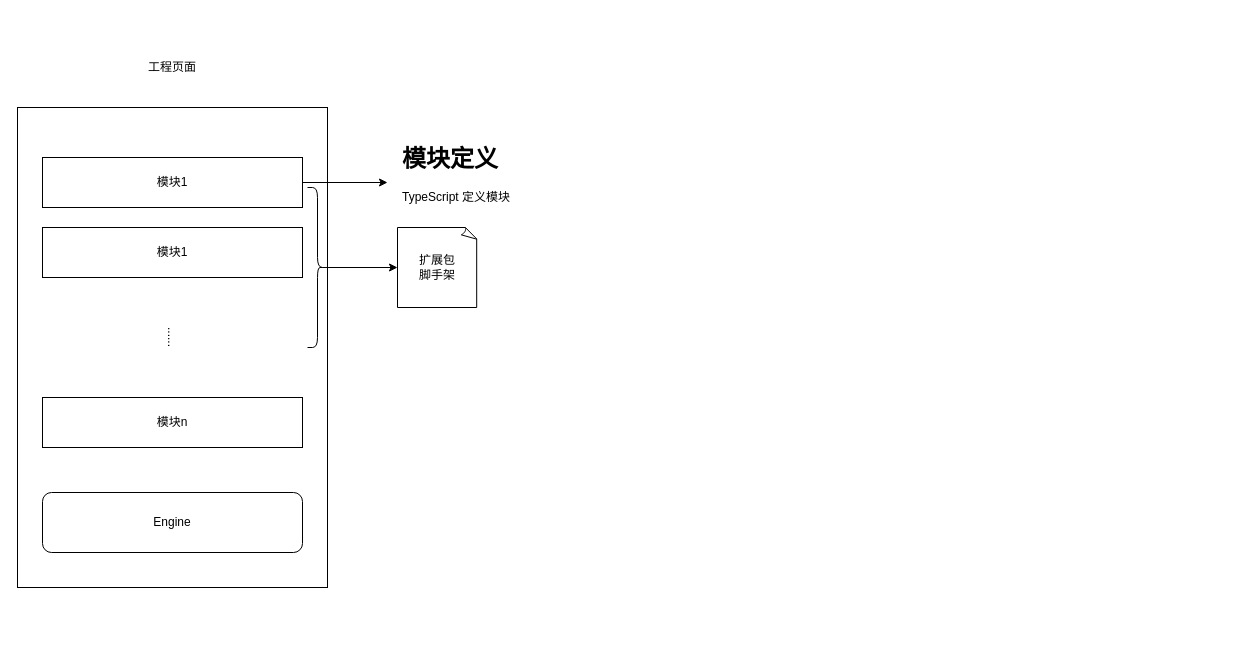
Earlier version of the draw.io diagram page "模块开发" (2 of 2) of 架构图.drawio (xiazhiqiang/diagrams). Source tidied: cells renumbered, new cells numbered last; positions are measured from the earlier drawing's top-left corner, leaving out a move shared by most shapes. Both pictures are drawn from the tidied source at 100%, with x=0, y=0 at pixel (17, 57).
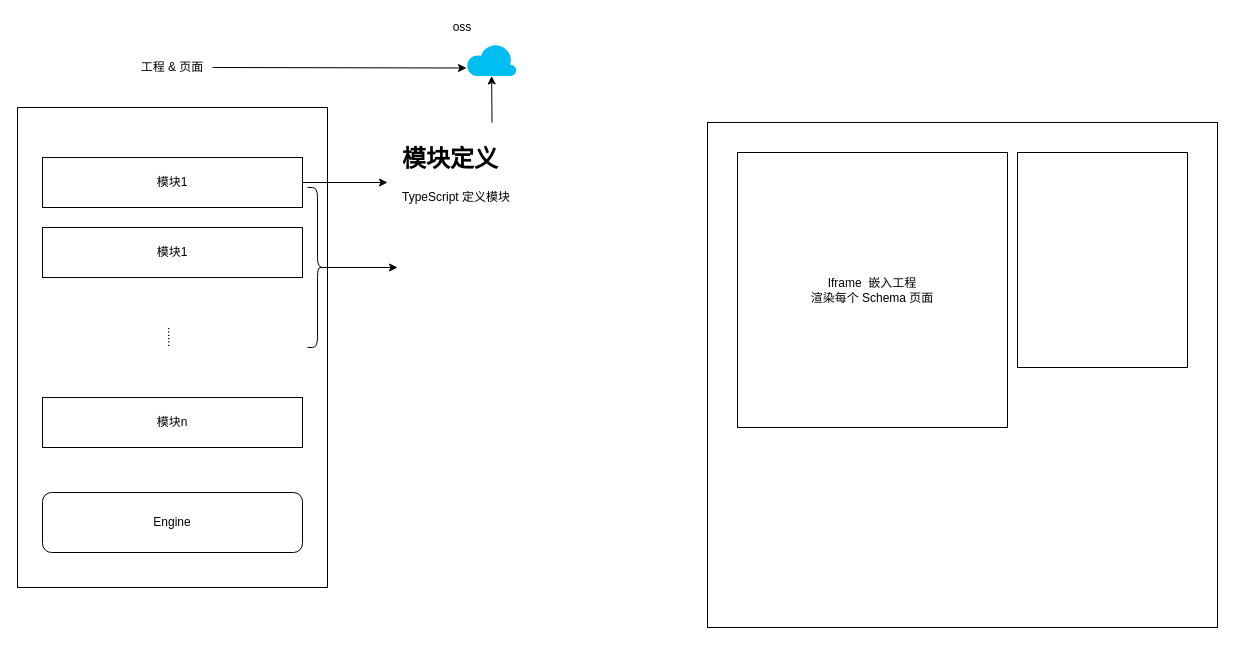
After the change.

Unchanged cells that the change refers to:
```xml
<mxCell id="10" value="&lt;h1&gt;模块定义&lt;/h1&gt;&lt;p&gt;TypeScript 定义模块&lt;/p&gt;" style="text;html=1;strokeColor=none;fillColor=none;spacing=5;spacingTop=-20;whiteSpace=wrap;overflow=hidden;rounded=0;verticalAlign=middle;" parent="1" vertex="1">
  <mxGeometry x="380" y="65" width="190" height="120" as="geometry" />
</mxCell>
<mxCell id="11" style="shape=curlyBracket;whiteSpace=wrap;html=1;rounded=1;flipH=1;verticalAlign=middle;" parent="1" vertex="1">
  <mxGeometry x="290" y="130" width="20" height="160" as="geometry" />
</mxCell>
```

What changed in the source:
```diff
@@
-    <mxCell id="6" value="工程页面" style="text;html=1;strokeColor=none;fillColor=none;align=center;verticalAlign=middle;whiteSpace=wrap;rounded=0;" parent="1" vertex="1">
+    <mxCell id="6" value="工程 &amp;amp; 页面" style="text;html=1;strokeColor=none;fillColor=none;align=center;verticalAlign=middle;whiteSpace=wrap;rounded=0;" parent="1" vertex="1">
       <mxGeometry x="115" width="80" height="20" as="geometry" />
     </mxCell>
@@
-    <mxCell id="12" style="endArrow=classic;html=1;exitX=0.1;exitY=0.5;exitDx=0;exitDy=0;exitPerimeter=0;" parent="1" edge="1" source="11" target="13">
-      <mxGeometry relative="1" as="geometry" />
+    <mxCell id="12" style="endArrow=classic;html=1;exitX=0.1;exitY=0.5;exitDx=0;exitDy=0;exitPerimeter=0;" parent="1" edge="1" source="11">
+      <mxGeometry relative="1" as="geometry">
+        <mxPoint x="380" y="210" as="targetPoint" />
+      </mxGeometry>
     </mxCell>
-    <mxCell id="13" value="扩展包&lt;br&gt;脚手架" style="whiteSpace=wrap;html=1;shape=mxgraph.basic.document;verticalAlign=middle;" parent="1" vertex="1">
-      <mxGeometry x="380" y="170" width="80" height="80" as="geometry" />
-    </mxCell>
+    <mxCell id="14" style="rounded=0;whiteSpace=wrap;html=1;" parent="1" vertex="1">
+      <mxGeometry x="690" y="65" width="510" height="505" as="geometry" />
+    </mxCell>
+    <mxCell id="15" value="Iframe &amp;nbsp;嵌入工程&lt;br&gt;渲染每个 Schema 页面" style="rounded=0;whiteSpace=wrap;html=1;" parent="1" vertex="1">
+      <mxGeometry x="720" y="95" width="270" height="275" as="geometry" />
+    </mxCell>
+    <mxCell id="16" style="endArrow=classic;html=1;entryX=0;entryY=0.754;entryDx=0;entryDy=0;entryPerimeter=0;exitX=1;exitY=0.5;exitDx=0;exitDy=0;" parent="1" edge="1" source="6" target="17">
+      <mxGeometry relative="1" as="geometry" />
+    </mxCell>
+    <mxCell id="17" style="verticalLabelPosition=bottom;html=1;verticalAlign=top;align=center;strokeColor=none;fillColor=#00BEF2;shape=mxgraph.azure.cloud;" parent="1" vertex="1">
+      <mxGeometry x="449" y="-14" width="50" height="32.5" as="geometry" />
+    </mxCell>
+    <mxCell id="18" value="oss" style="text;html=1;strokeColor=none;fillColor=none;align=center;verticalAlign=middle;whiteSpace=wrap;rounded=0;" parent="1" vertex="1">
+      <mxGeometry x="425" y="-40" width="40" height="20" as="geometry" />
+    </mxCell>
+    <mxCell id="19" style="endArrow=classic;html=1;" parent="1" edge="1" source="10" target="17">
+      <mxGeometry relative="1" as="geometry" />
+    </mxCell>
+    <mxCell id="20" style="rounded=0;whiteSpace=wrap;html=1;" parent="1" vertex="1">
+      <mxGeometry x="1000" y="95" width="170" height="215" as="geometry" />
+    </mxCell>
```
